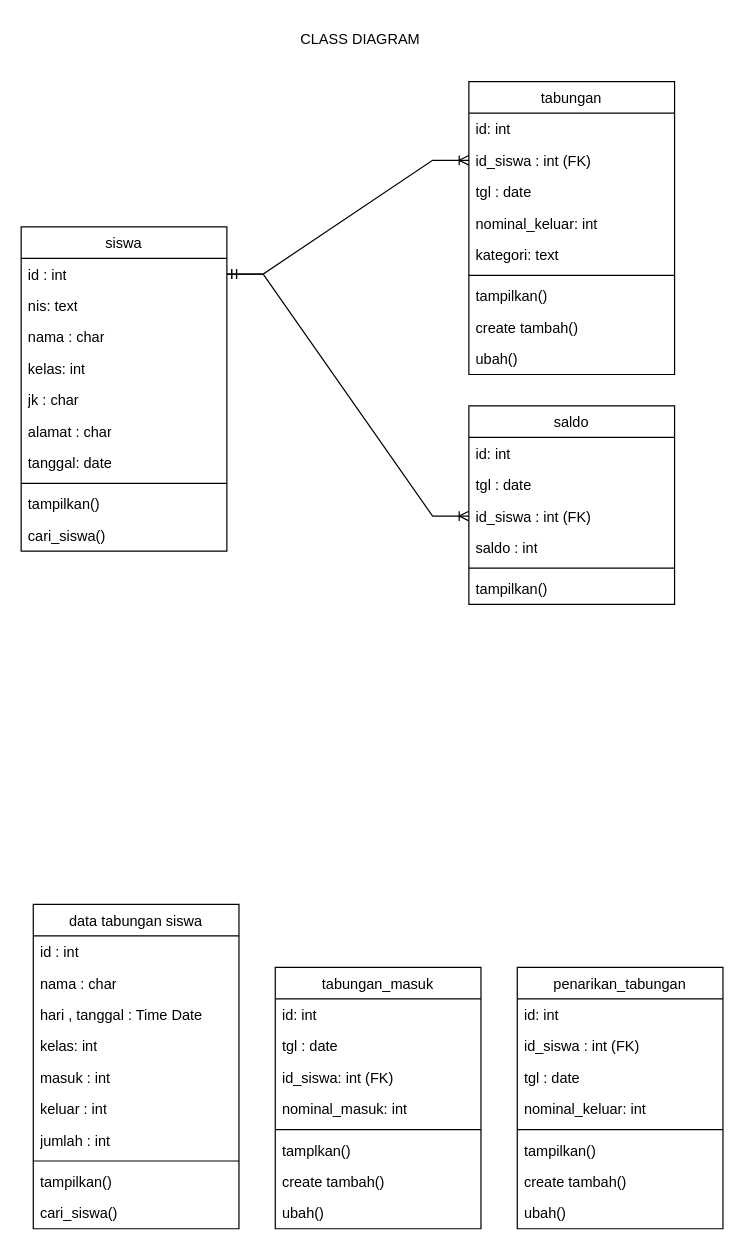
Earlier version of the draw.io diagram class-diagram.drawio (titapuspitas/Tefa-Tabungan). Source tidied: cells renumbered, new cells numbered last; positions are measured from the earlier drawing's top-left corner, leaving out a move shared by most shapes. Both pictures are drawn from the tidied source at 121%, with x=0, y=0 at pixel (21, 21).
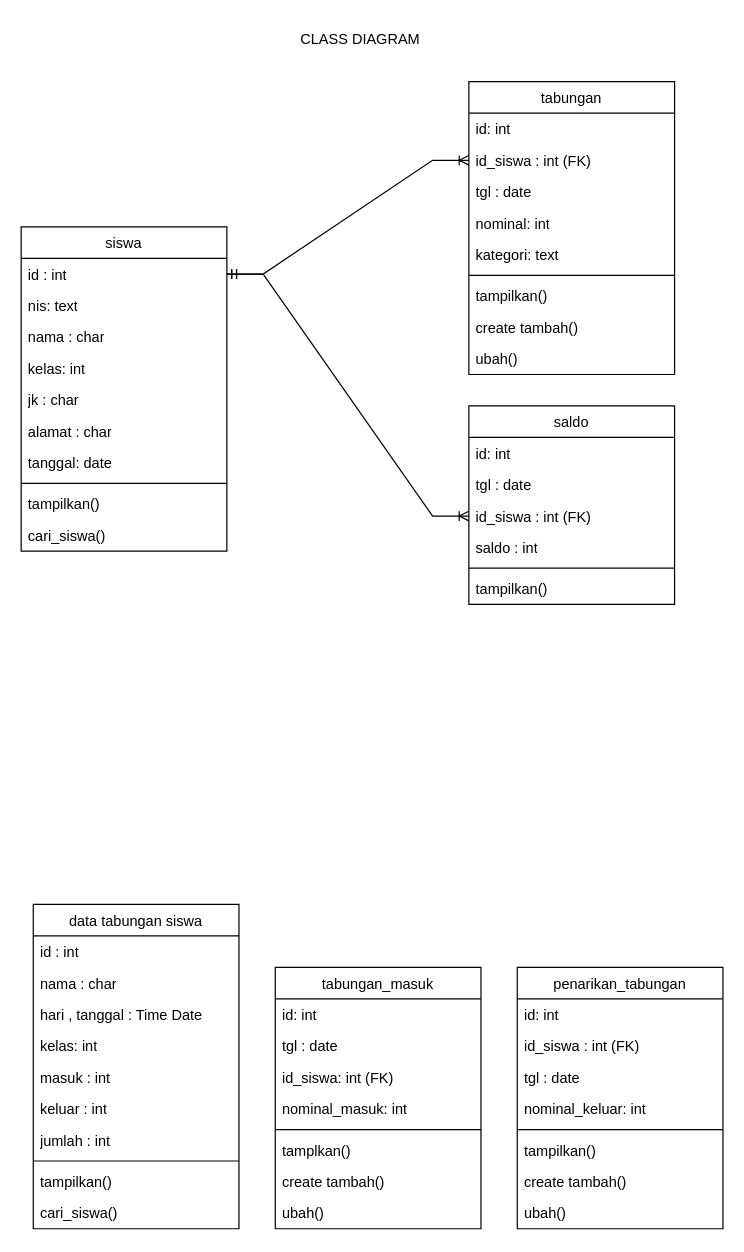
Above is the later version.

Unchanged cells that the change refers to:
```xml
<mxCell id="44" value="&lt;span style=&quot;font-weight: 400;&quot;&gt;tabungan&lt;/span&gt;" style="swimlane;fontStyle=1;align=center;verticalAlign=top;horizontal=1;startSize=26;whiteSpace=wrap;html=1;" parent="1" vertex="1">
  <mxGeometry x="370" y="50" width="170" height="242" as="geometry" />
</mxCell>
```

Change to the diagram source:
```diff
@@
-    <mxCell id="48" value="nominal_keluar: int" style="text;strokeColor=none;fillColor=none;align=left;verticalAlign=top;spacingLeft=4;spacingRight=4;overflow=hidden;whiteSpace=wrap;html=1;" parent="44" vertex="1">
+    <mxCell id="48" value="nominal: int" style="text;strokeColor=none;fillColor=none;align=left;verticalAlign=top;spacingLeft=4;spacingRight=4;overflow=hidden;whiteSpace=wrap;html=1;" parent="44" vertex="1">
       <mxGeometry y="104" width="170" height="26" as="geometry" />
     </mxCell>
```
